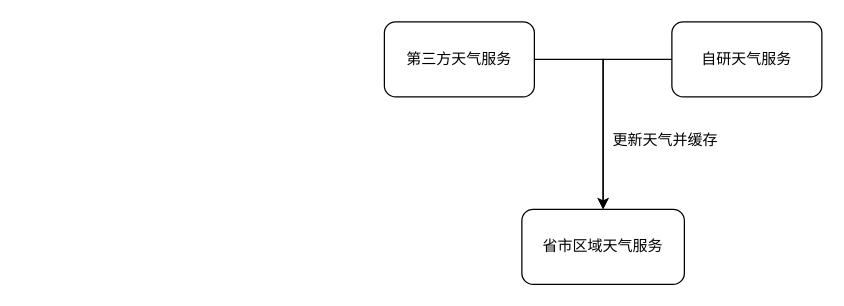
Earlier version of the draw.io diagram xzzh/多设备统一天气方案.drawio (daniel-7d/draw). Source tidied: cells renumbered, new cells numbered last; positions are measured from the earlier drawing's top-left corner, leaving out a move shared by most shapes. Both pictures are drawn from the tidied source at 125%, with x=0, y=0 at pixel (384, 21).
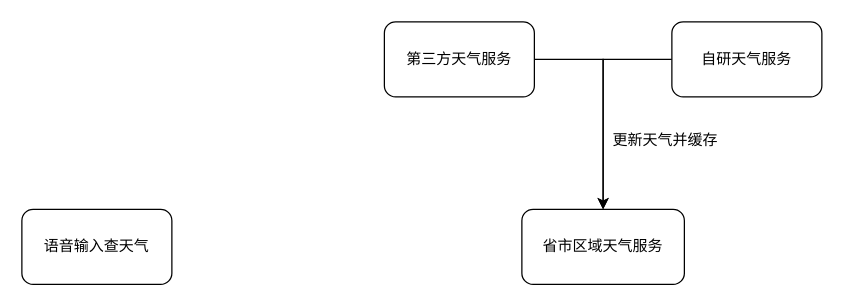
The same diagram, later.

Commit message (it also covers changes not shown here):
更新多设备统一天气方案.drawio

Diff of the diagram source:
```diff
@@
 <mxGraphModel>
   <root>
     <mxCell id="0" />
     <mxCell id="1" parent="0" />
     <mxCell id="2" value="省市区域天气服务" style="rounded=1;whiteSpace=wrap;html=1;" parent="1" vertex="1">
       <mxGeometry x="110" y="150" width="130" height="60" as="geometry" />
     </mxCell>
     <mxCell id="3" style="edgeStyle=orthogonalEdgeStyle;rounded=0;jettySize=auto;html=1;exitX=1;exitY=0.5;exitDx=0;exitDy=0;entryX=0.5;entryY=0;entryDx=0;entryDy=0;" parent="1" edge="1" source="4" target="2">
       <mxGeometry relative="1" as="geometry" />
     </mxCell>
     <mxCell id="4" value="第三方天气服务" style="rounded=1;whiteSpace=wrap;html=1;" parent="1" vertex="1">
       <mxGeometry width="120" height="60" as="geometry" />
     </mxCell>
     <mxCell id="5" style="edgeStyle=orthogonalEdgeStyle;rounded=0;jettySize=auto;html=1;exitX=0;exitY=0.5;exitDx=0;exitDy=0;entryX=0.5;entryY=0;entryDx=0;entryDy=0;" parent="1" edge="1" source="6" target="2">
       <mxGeometry relative="1" as="geometry" />
     </mxCell>
     <mxCell id="6" value="自研天气服务" style="rounded=1;whiteSpace=wrap;html=1;" parent="1" vertex="1">
       <mxGeometry x="230" width="120" height="60" as="geometry" />
     </mxCell>
     <mxCell id="7" value="更新天气并缓存" style="text;html=1;strokeColor=none;fillColor=none;align=center;verticalAlign=middle;whiteSpace=wrap;rounded=0;" parent="1" vertex="1">
       <mxGeometry x="180" y="80" width="90" height="30" as="geometry" />
     </mxCell>
+    <mxCell id="8" value="语音输入查天气" style="rounded=1;whiteSpace=wrap;html=1;" parent="1" vertex="1">
+      <mxGeometry x="-290" y="150" width="120" height="60" as="geometry" />
+    </mxCell>
   </root>
 </mxGraphModel>
```
